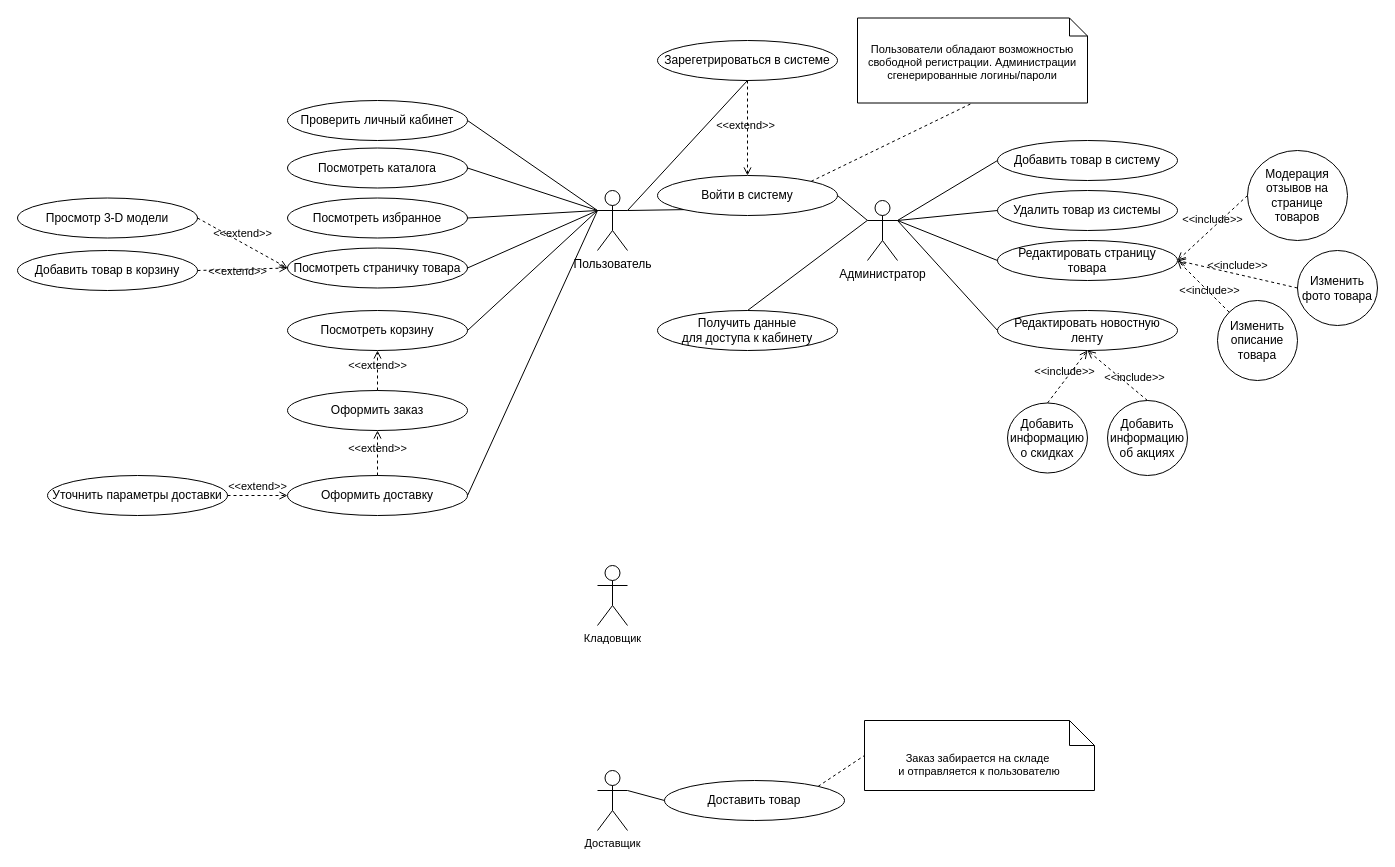
The draw.io diagram page "Тут с коментами" (2 of 5) of Сис. инж. UseCase.drawio in Rattokun/ModelRep, before the edit. Source tidied: cells renumbered, new cells numbered last; positions are measured from the earlier drawing's top-left corner, leaving out a move shared by most shapes. Both pictures are drawn from the tidied source at 100%, with x=0, y=0 at pixel (17, 18).
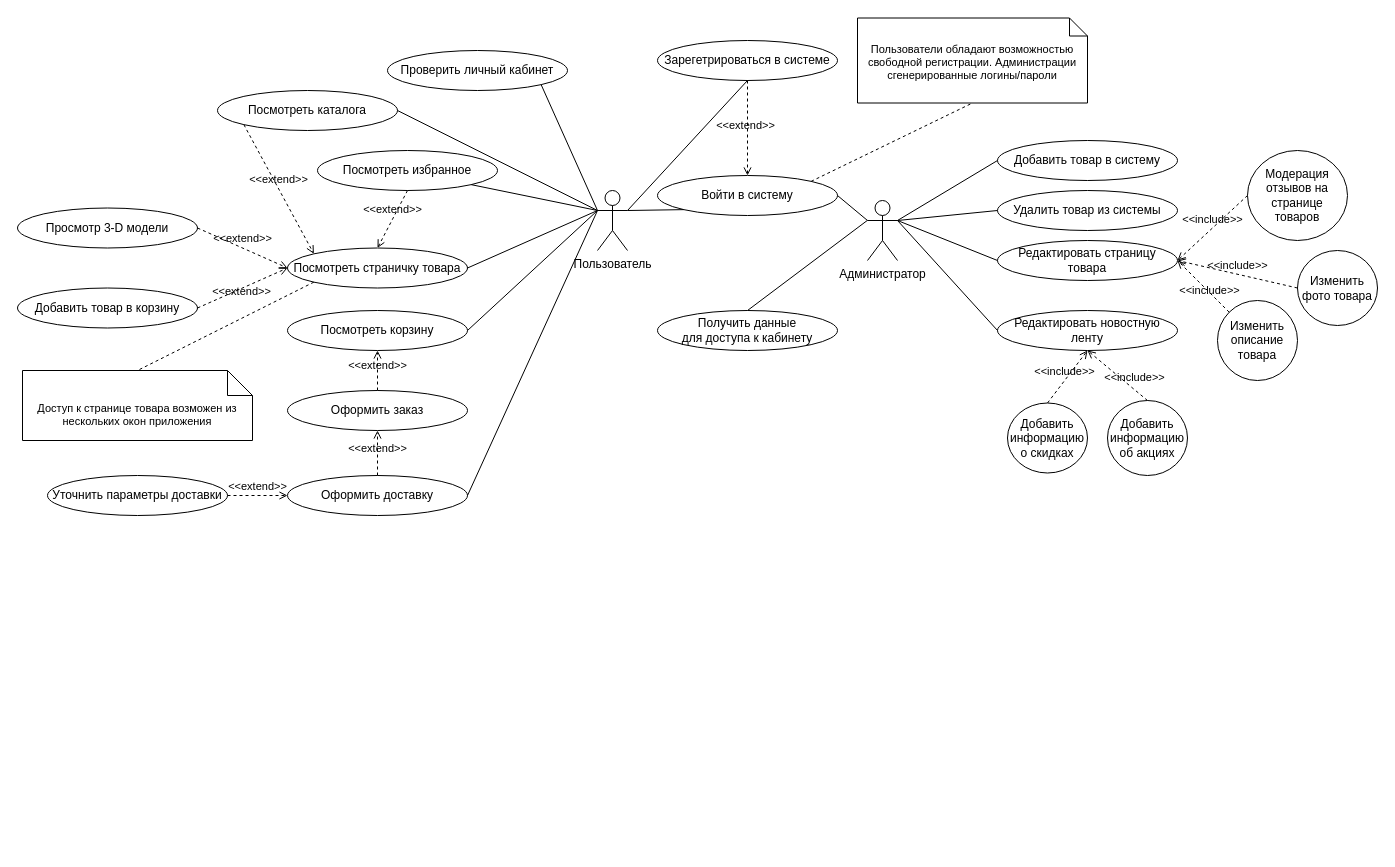
The same diagram, later.

The change refers to these unchanged cells:
```xml
<mxCell id="3" value="Пользователь&lt;br&gt;" style="shape=umlActor;verticalLabelPosition=bottom;verticalAlign=top;html=1;outlineConnect=0;" parent="1" vertex="1">
  <mxGeometry x="580" y="172" width="30" height="60" as="geometry" />
</mxCell>
<mxCell id="13" value="Посмотреть страничку товара" style="ellipse;whiteSpace=wrap;html=1;" parent="1" vertex="1">
  <mxGeometry x="270" y="229.5" width="180" height="40" as="geometry" />
</mxCell>
```

The edit, as a diff of the source:
```diff
@@
     <mxCell id="10" value="Добавить товар в корзину" style="ellipse;whiteSpace=wrap;html=1;" parent="1" vertex="1">
-      <mxGeometry y="232" width="180" height="40" as="geometry" />
+      <mxGeometry y="269.5" width="180" height="40" as="geometry" />
     </mxCell>
     <mxCell id="11" value="Посмотреть каталога" style="ellipse;whiteSpace=wrap;html=1;" parent="1" vertex="1">
-      <mxGeometry x="270" y="129.5" width="180" height="40" as="geometry" />
+      <mxGeometry x="200" y="72" width="180" height="40" as="geometry" />
     </mxCell>
     <mxCell id="12" value="Посмотреть избранное" style="ellipse;whiteSpace=wrap;html=1;" parent="1" vertex="1">
-      <mxGeometry x="270" y="179.5" width="180" height="40" as="geometry" />
+      <mxGeometry x="300" y="132" width="180" height="40" as="geometry" />
     </mxCell>
@@
     <mxCell id="14" value="Проверить личный кабинет" style="ellipse;whiteSpace=wrap;html=1;" parent="1" vertex="1">
-      <mxGeometry x="270" y="82" width="180" height="40" as="geometry" />
+      <mxGeometry x="370" y="32" width="180" height="40" as="geometry" />
     </mxCell>
@@
-    <mxCell id="35" style="endArrow=none;html=1;rounded=0;exitX=1;exitY=0.5;exitDx=0;exitDy=0;entryX=0;entryY=0.3333333333333333;entryDx=0;entryDy=0;entryPerimeter=0;" parent="1" edge="1" source="14" target="3">
+    <mxCell id="35" style="endArrow=none;html=1;rounded=0;exitX=1;exitY=1;exitDx=0;exitDy=0;entryX=0;entryY=0.3333333333333333;entryDx=0;entryDy=0;entryPerimeter=0;" parent="1" edge="1" source="14" target="3">
       <mxGeometry relative="1" as="geometry" />
     </mxCell>
@@
-    <mxCell id="37" style="endArrow=none;html=1;rounded=0;exitX=1;exitY=0.5;exitDx=0;exitDy=0;entryX=0;entryY=0.3333333333333333;entryDx=0;entryDy=0;entryPerimeter=0;" parent="1" edge="1" source="12" target="3">
+    <mxCell id="37" style="endArrow=none;html=1;rounded=0;exitX=1;exitY=1;exitDx=0;exitDy=0;entryX=0;entryY=0.3333333333333333;entryDx=0;entryDy=0;entryPerimeter=0;" parent="1" edge="1" source="12" target="3">
       <mxGeometry relative="1" as="geometry" />
     </mxCell>
@@
     <mxCell id="39" value="Просмотр 3-D модели" style="ellipse;whiteSpace=wrap;html=1;" parent="1" vertex="1">
-      <mxGeometry y="179.5" width="180" height="40" as="geometry" />
+      <mxGeometry y="189.5" width="180" height="40" as="geometry" />
     </mxCell>
@@
-    <mxCell id="49" value="Доставщик" style="shape=umlActor;verticalLabelPosition=bottom;verticalAlign=top;html=1;outlineConnect=0;fontFamily=Helvetica;fontSize=11;fontColor=default;" parent="1" vertex="1">
-      <mxGeometry x="580" y="752" width="30" height="60" as="geometry" />
-    </mxCell>
-    <mxCell id="50" value="Доставить товар" style="ellipse;whiteSpace=wrap;html=1;" parent="1" vertex="1">
-      <mxGeometry x="647" y="762" width="180" height="40" as="geometry" />
-    </mxCell>
-    <mxCell id="51" style="endArrow=none;html=1;rounded=0;exitX=1;exitY=0.3333333333333333;exitDx=0;exitDy=0;exitPerimeter=0;entryX=0;entryY=0.5;entryDx=0;entryDy=0;" parent="1" edge="1" source="49" target="50">
-      <mxGeometry relative="1" as="geometry" />
-    </mxCell>
-    <mxCell id="52" style="endArrow=none;dashed=1;html=1;rounded=0;labelBackgroundColor=default;strokeColor=default;fontFamily=Helvetica;fontSize=11;fontColor=default;shape=connector;exitX=1;exitY=0;exitDx=0;exitDy=0;entryX=0;entryY=0.5;entryDx=0;entryDy=0;entryPerimeter=0;" parent="1" edge="1" source="50" target="53">
+    <mxCell id="52" style="endArrow=none;dashed=1;html=1;rounded=0;labelBackgroundColor=default;strokeColor=default;fontFamily=Helvetica;fontSize=11;fontColor=default;shape=connector;exitX=0;exitY=1;exitDx=0;exitDy=0;entryX=0.5;entryY=0;entryDx=0;entryDy=0;entryPerimeter=0;" parent="1" edge="1" source="13" target="53">
       <mxGeometry relative="1" as="geometry" />
     </mxCell>
-    <mxCell id="53" value="Заказ забирается на складе&amp;nbsp;&lt;br&gt;и отправляется к пользователю" style="shape=note2;boundedLbl=1;whiteSpace=wrap;html=1;size=25;verticalAlign=top;align=center;fontFamily=Helvetica;fontSize=11;fontColor=default;" parent="1" vertex="1">
-      <mxGeometry x="847" y="702" width="230" height="70" as="geometry" />
+    <mxCell id="53" value="Доступ к странице товара возможен из нескольких окон приложения" style="shape=note2;boundedLbl=1;whiteSpace=wrap;html=1;size=25;verticalAlign=top;align=center;fontFamily=Helvetica;fontSize=11;fontColor=default;" parent="1" vertex="1">
+      <mxGeometry x="5" y="352" width="230" height="70" as="geometry" />
     </mxCell>
@@
-    <mxCell id="58" value="Кладовщик" style="shape=umlActor;verticalLabelPosition=bottom;verticalAlign=top;html=1;fontFamily=Helvetica;fontSize=11;fontColor=default;" parent="1" vertex="1">
-      <mxGeometry x="580" y="547" width="30" height="60" as="geometry" />
-    </mxCell>
+    <mxCell id="59" value="&amp;lt;&amp;lt;extend&amp;gt;&amp;gt;" style="html=1;verticalAlign=bottom;labelBackgroundColor=none;endArrow=open;endFill=0;dashed=1;rounded=0;strokeColor=default;fontFamily=Helvetica;fontSize=11;fontColor=default;shape=connector;exitX=0;exitY=1;exitDx=0;exitDy=0;entryX=0;entryY=0;entryDx=0;entryDy=0;" parent="1" edge="1" source="11" target="13">
+      <mxGeometry relative="1" as="geometry" />
+    </mxCell>
+    <mxCell id="60" value="&amp;lt;&amp;lt;extend&amp;gt;&amp;gt;" style="html=1;verticalAlign=bottom;labelBackgroundColor=none;endArrow=open;endFill=0;dashed=1;rounded=0;strokeColor=default;fontFamily=Helvetica;fontSize=11;fontColor=default;shape=connector;exitX=0.5;exitY=1;exitDx=0;exitDy=0;entryX=0.5;entryY=0;entryDx=0;entryDy=0;" parent="1" edge="1" source="12" target="13">
+      <mxGeometry relative="1" as="geometry" />
+    </mxCell>
```
